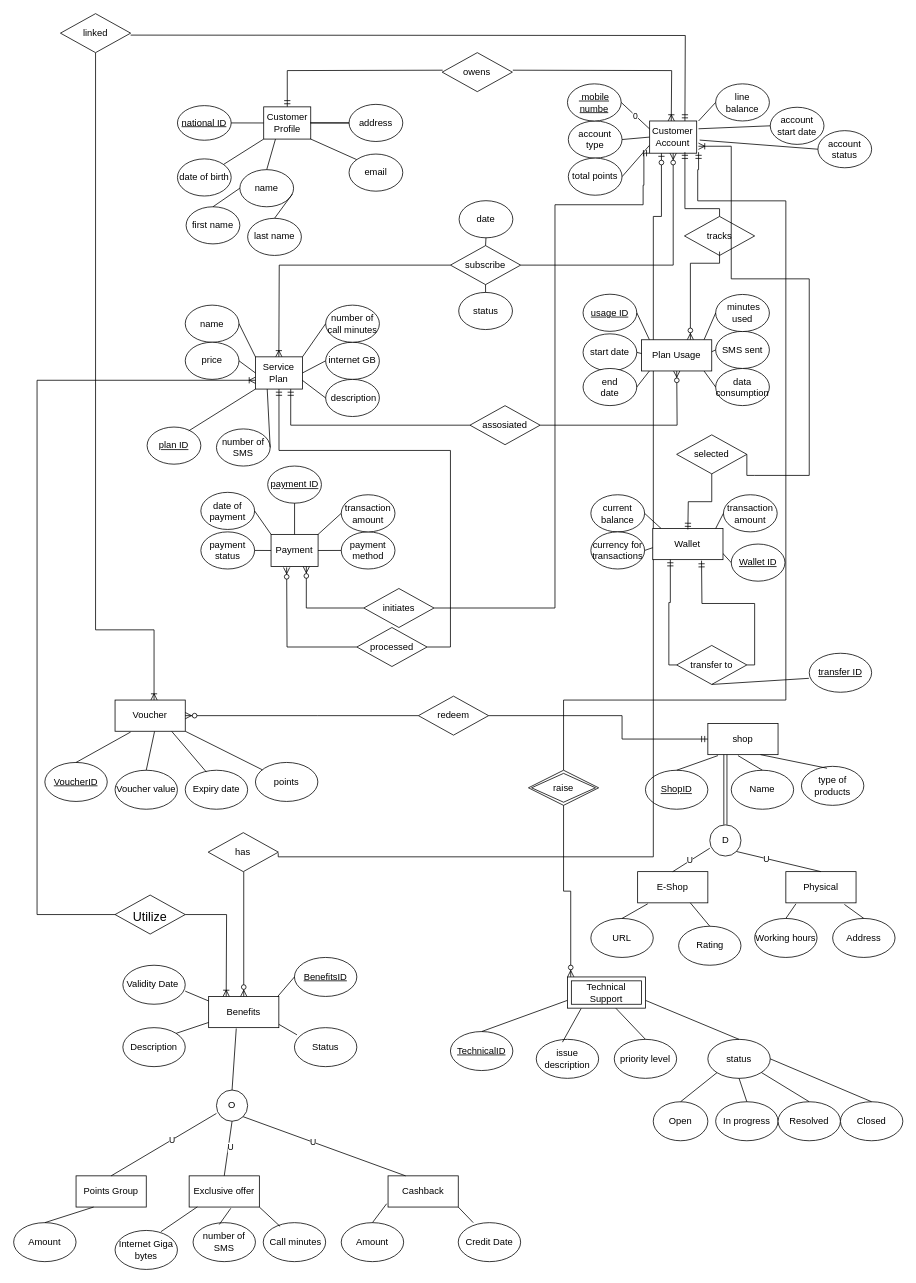
Above: Untitled Diagram.drawio in Blaze-trio/Blaze-trio.github.io (draw.io), before the change. Source tidied: cells renumbered, new cells numbered last; positions are measured from the earlier drawing's top-left corner, leaving out a move shared by most shapes. Both pictures are drawn from the tidied source at 78%, with x=0, y=0 at pixel (13, 13).
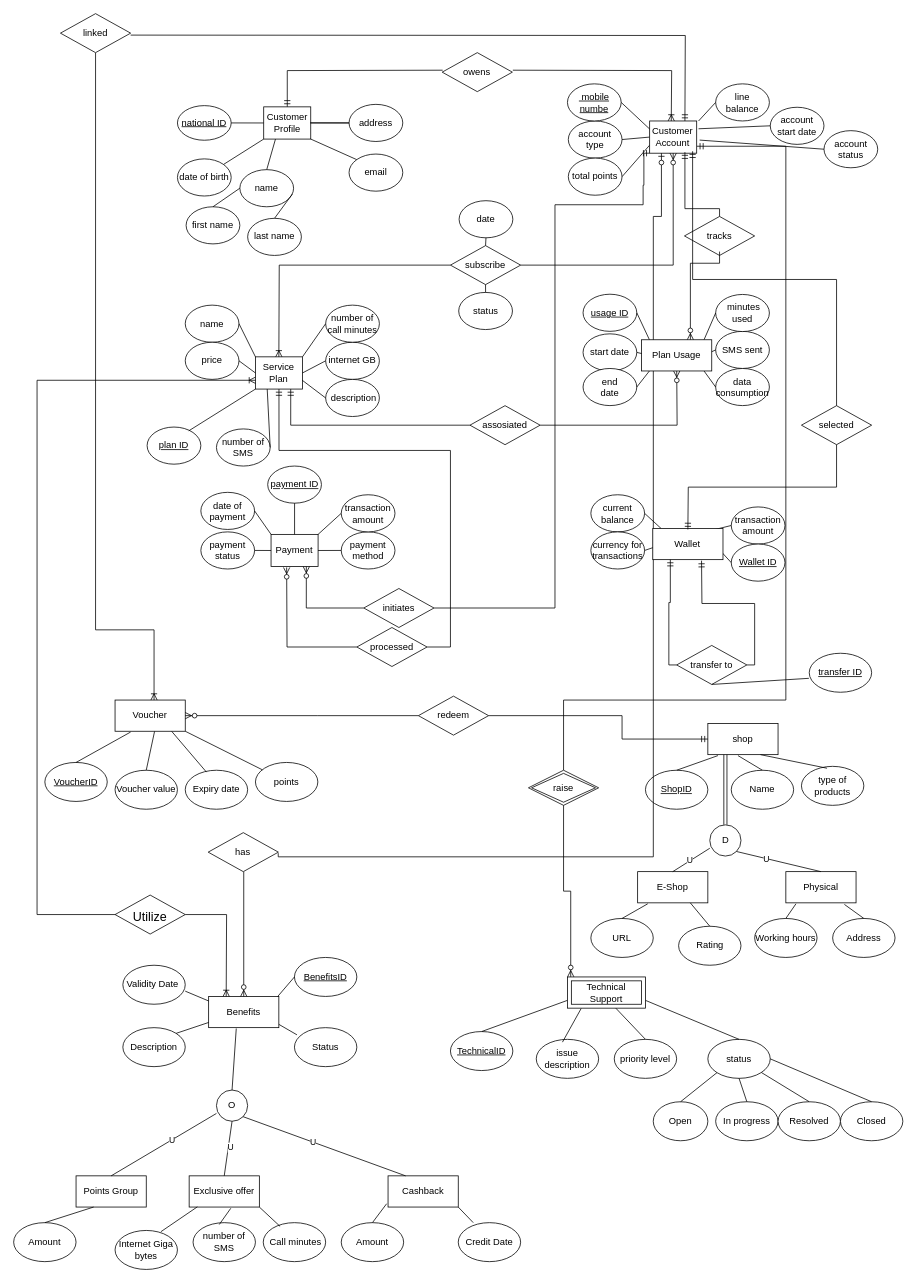
The same diagram, later.

The change refers to these unchanged cells:
```xml
<mxCell id="115" value="Customer Account" style="rounded=0;whiteSpace=wrap;html=1;" parent="109" vertex="1">
  <mxGeometry x="94.3" y="7.6" width="60.3" height="41.3" as="geometry" />
</mxCell>
<mxCell id="141" style="group;" parent="1" vertex="1">
  <mxGeometry x="740" y="580" width="248.9" height="176.5" as="geometry" />
</mxCell>
<mxCell id="181" value="&lt;u&gt;&amp;nbsp;mobile numbe&lt;br&gt;&lt;/u&gt;" style="ellipse;whiteSpace=wrap;html=1;" parent="1" vertex="1">
  <mxGeometry x="710" y="90" width="68.9" height="47.6" as="geometry" />
</mxCell>
<mxCell id="193" value="&lt;div&gt;raise&lt;br&gt;&lt;/div&gt;" style="shape=rhombus;double=1;perimeter=rhombusPerimeter;whiteSpace=wrap;html=1;align=center;" parent="1" vertex="1">
  <mxGeometry x="660" y="970" width="90" height="45" as="geometry" />
</mxCell>
```

What changed in the source:
```diff
@@
     <mxCell id="142" value="transaction amount" style="ellipse;whiteSpace=wrap;html=1;" parent="141" vertex="1">
-      <mxGeometry x="170" y="36.8" width="68.9" height="47.6" as="geometry" />
+      <mxGeometry x="180" y="52.4" width="68.9" height="47.6" as="geometry" />
     </mxCell>
@@
-    <mxCell id="182" value="0" style="endArrow=none;html=1;rounded=0;exitX=1;exitY=0.5;exitDx=0;exitDy=0;entryX=0;entryY=0.25;entryDx=0;entryDy=0;" parent="1" edge="1" source="181" target="115">
+    <mxCell id="182" style="endArrow=none;html=1;rounded=0;exitX=1;exitY=0.5;exitDx=0;exitDy=0;entryX=0;entryY=0.25;entryDx=0;entryDy=0;" parent="1" edge="1" source="181" target="115">
       <mxGeometry relative="1" as="geometry" />
     </mxCell>
@@
-    <mxCell id="192" style="edgeStyle=orthogonalEdgeStyle;fontSize=12;html=1;endArrow=ERmandOne;rounded=0;entryX=1;entryY=1;entryDx=0;entryDy=0;exitX=0.5;exitY=0;exitDx=0;exitDy=0;" parent="1" edge="1" source="193">
+    <mxCell id="192" style="edgeStyle=orthogonalEdgeStyle;fontSize=12;html=1;endArrow=ERmandOne;rounded=0;exitX=0.5;exitY=0;exitDx=0;exitDy=0;" parent="1" edge="1" source="193">
       <mxGeometry relative="1" as="geometry">
-        <mxPoint x="878.1" y="177.6" as="targetPoint" />
+        <mxPoint x="876" y="170" as="targetPoint" />
         <Array as="points">
           <mxPoint x="705" y="880" />
           <mxPoint x="990" y="880" />
-          <mxPoint x="990" y="240" />
-          <mxPoint x="877" y="240" />
-          <mxPoint x="877" y="200" />
-          <mxPoint x="878" y="200" />
+          <mxPoint x="990" y="170" />
+          <mxPoint x="876" y="170" />
         </Array>
       </mxGeometry>
     </mxCell>
@@
-    <mxCell id="199" style="edgeStyle=orthogonalEdgeStyle;fontSize=12;html=1;endArrow=ERoneToMany;rounded=0;exitX=1;exitY=0.5;exitDx=0;exitDy=0;exitPerimeter=0;" parent="1" edge="1" source="202">
-      <mxGeometry relative="1" as="geometry">
-        <mxPoint x="878" y="170" as="targetPoint" />
-        <Array as="points">
-          <mxPoint x="950" y="592" />
-          <mxPoint x="1020" y="592" />
-          <mxPoint x="1020" y="340" />
-          <mxPoint x="920" y="340" />
-          <mxPoint x="920" y="168" />
-        </Array>
-      </mxGeometry>
-    </mxCell>
@@
     <mxCell id="202" value="&lt;div&gt;selected&lt;/div&gt;" style="shape=rhombus;perimeter=rhombusPerimeter;whiteSpace=wrap;html=1;align=center;" parent="1" vertex="1">
-      <mxGeometry x="850" y="540" width="90" height="50" as="geometry" />
+      <mxGeometry x="1010" y="502.6" width="90" height="50" as="geometry" />
     </mxCell>
@@
     <mxCell id="209" value="account status" style="ellipse;whiteSpace=wrap;html=1;" parent="1" vertex="1">
-      <mxGeometry x="1031.1" y="150" width="68.9" height="47.6" as="geometry" />
+      <mxGeometry x="1038.9" y="150" width="68.9" height="47.6" as="geometry" />
     </mxCell>
@@
+    <mxCell id="214" style="edgeStyle=orthogonalEdgeStyle;fontSize=12;html=1;endArrow=ERmandOne;rounded=0;exitX=0.5;exitY=0;exitDx=0;exitDy=0;entryX=0.913;entryY=0.94;entryDx=0;entryDy=0;entryPerimeter=0;" parent="1" edge="1" source="202" target="115">
+      <mxGeometry relative="1" as="geometry" />
+    </mxCell>
```
